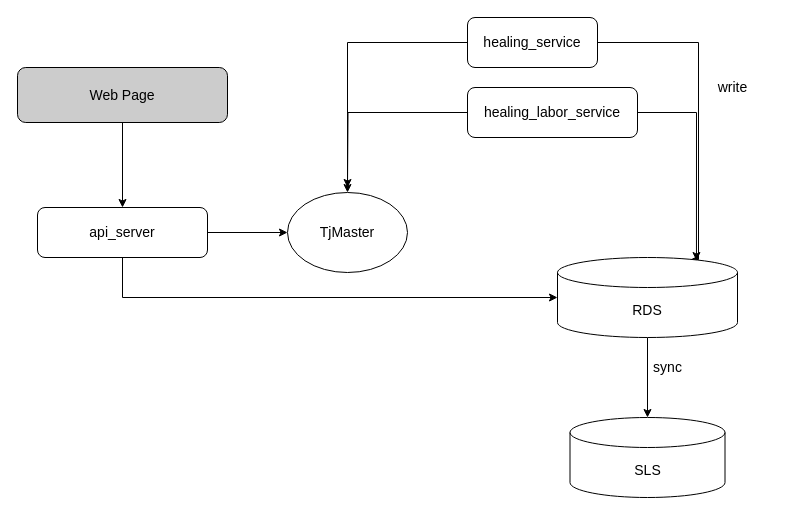
The draw.io diagram 未命名绘图.drawio in HellenWang/12, before the edit. Source tidied: cells renumbered, new cells numbered last; positions are measured from the earlier drawing's top-left corner, leaving out a move shared by most shapes. Both pictures are drawn from the tidied source at 100%, with x=0, y=0 at pixel (17, 17).
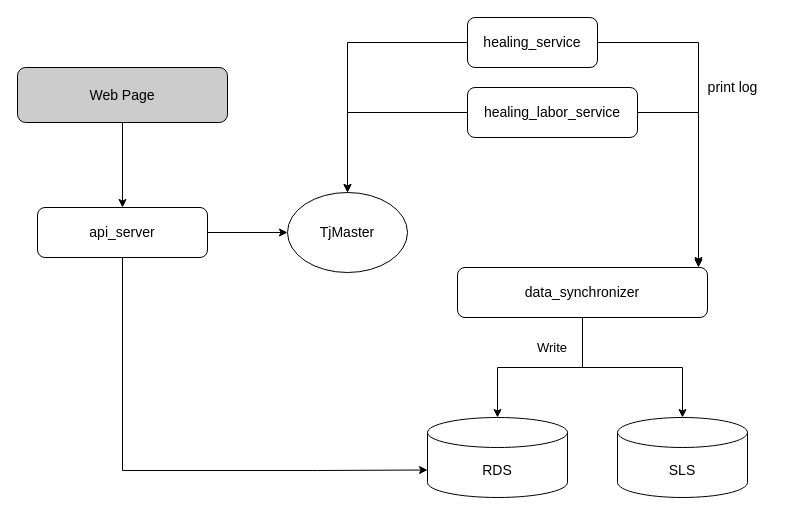
The same diagram, later.

Commit message:
更新未命名绘图.drawio

Unchanged cells that the change refers to:
```xml
<mxCell id="4" value="healing_service" style="rounded=1;whiteSpace=wrap;html=1;fontSize=14;" parent="1" vertex="1">
  <mxGeometry x="450" width="130" height="50" as="geometry" />
</mxCell>
<mxCell id="7" value="healing_labor_service" style="rounded=1;whiteSpace=wrap;html=1;fontSize=14;" parent="1" vertex="1">
  <mxGeometry x="450" y="70" width="170" height="50" as="geometry" />
</mxCell>
<mxCell id="14" value="api_server" style="rounded=1;whiteSpace=wrap;html=1;fontSize=14;" parent="1" vertex="1">
  <mxGeometry x="20" y="190" width="170" height="50" as="geometry" />
</mxCell>
<mxCell id="17" value="TjMaster" style="ellipse;whiteSpace=wrap;html=1;fontSize=14;fillColor=#FFFFFF;" parent="1" vertex="1">
  <mxGeometry x="270" y="175" width="120" height="80" as="geometry" />
</mxCell>
```

The edit, as a diff of the source:
```diff
@@
-    <mxCell id="2" style="edgeStyle=orthogonalEdgeStyle;rounded=0;jettySize=auto;html=1;fontSize=14;exitX=1;exitY=0.5;exitDx=0;exitDy=0;entryX=0.739;entryY=0.025;entryDx=0;entryDy=0;entryPerimeter=0;" parent="1" edge="1" source="4" target="10">
+    <mxCell id="2" style="edgeStyle=orthogonalEdgeStyle;rounded=0;jettySize=auto;html=1;fontSize=14;exitX=1;exitY=0.5;exitDx=0;exitDy=0;entryX=0.964;entryY=-0.04;entryDx=0;entryDy=0;entryPerimeter=0;" parent="1" edge="1" source="4" target="21">
       <mxGeometry relative="1" as="geometry">
         <Array as="points">
           <mxPoint x="681" y="25" />
-          <mxPoint x="681" y="242" />
         </Array>
       </mxGeometry>
     </mxCell>
@@
-    <mxCell id="5" style="edgeStyle=orthogonalEdgeStyle;rounded=0;jettySize=auto;html=1;entryX=0.772;entryY=0.038;entryDx=0;entryDy=0;entryPerimeter=0;fontSize=14;exitX=1;exitY=0.5;exitDx=0;exitDy=0;" parent="1" edge="1" source="7" target="10">
-      <mxGeometry relative="1" as="geometry" />
+    <mxCell id="5" style="edgeStyle=orthogonalEdgeStyle;rounded=0;orthogonalLoop=1;jettySize=auto;html=1;fontSize=14;" parent="1" edge="1">
+      <mxGeometry relative="1" as="geometry">
+        <mxPoint x="620" y="95" as="sourcePoint" />
+        <mxPoint x="681" y="250" as="targetPoint" />
+        <Array as="points">
+          <mxPoint x="681" y="95" />
+        </Array>
+      </mxGeometry>
     </mxCell>
-    <mxCell id="6" style="edgeStyle=orthogonalEdgeStyle;rounded=0;jettySize=auto;html=1;fontSize=14;" parent="1" edge="1" source="7">
-      <mxGeometry relative="1" as="geometry">
-        <mxPoint x="330" y="170" as="targetPoint" />
-      </mxGeometry>
+    <mxCell id="6" style="edgeStyle=orthogonalEdgeStyle;rounded=0;jettySize=auto;html=1;fontSize=14;entryX=0.5;entryY=0;entryDx=0;entryDy=0;" parent="1" edge="1" source="7" target="17">
+      <mxGeometry relative="1" as="geometry" />
     </mxCell>
@@
     <mxCell id="8" value="SLS" style="shape=cylinder3;whiteSpace=wrap;html=1;boundedLbl=1;backgroundOutline=1;size=15;fontSize=14;" parent="1" vertex="1">
-      <mxGeometry x="552.5" y="400" width="155" height="80" as="geometry" />
+      <mxGeometry x="600" y="400" width="130" height="80" as="geometry" />
     </mxCell>
-    <mxCell id="9" style="edgeStyle=orthogonalEdgeStyle;rounded=0;jettySize=auto;html=1;entryX=0.5;entryY=0;entryDx=0;entryDy=0;entryPerimeter=0;fontSize=14;" parent="1" edge="1" source="10" target="8">
-      <mxGeometry relative="1" as="geometry" />
-    </mxCell>
-    <mxCell id="10" value="RDS" style="shape=cylinder3;whiteSpace=wrap;html=1;boundedLbl=1;backgroundOutline=1;size=15;fontSize=14;" parent="1" vertex="1">
-      <mxGeometry x="540" y="240" width="180" height="80" as="geometry" />
-    </mxCell>
-    <mxCell id="11" value="write" style="text;html=1;align=center;verticalAlign=middle;fontSize=14;" parent="1" vertex="1">
-      <mxGeometry x="690" y="60" width="50" height="20" as="geometry" />
+    <mxCell id="11" value="print log" style="text;html=1;align=center;verticalAlign=middle;fontSize=14;" parent="1" vertex="1">
+      <mxGeometry x="680" y="60" width="70" height="20" as="geometry" />
     </mxCell>
+    <mxCell id="13" style="edgeStyle=orthogonalEdgeStyle;rounded=0;jettySize=auto;html=1;entryX=0;entryY=0.5;entryDx=0;entryDy=0;fontSize=14;" parent="1" edge="1" source="14" target="17">
+      <mxGeometry relative="1" as="geometry" />
+    </mxCell>
-    <mxCell id="12" style="edgeStyle=orthogonalEdgeStyle;rounded=0;jettySize=auto;html=1;entryX=0;entryY=0.5;entryDx=0;entryDy=0;entryPerimeter=0;fontSize=14;exitX=0.5;exitY=1;exitDx=0;exitDy=0;" parent="1" edge="1" source="14" target="10">
-      <mxGeometry relative="1" as="geometry" />
+    <mxCell id="12" style="edgeStyle=orthogonalEdgeStyle;rounded=0;jettySize=auto;html=1;entryX=0;entryY=0;entryDx=0;entryDy=52.5;entryPerimeter=0;fontSize=13;" parent="1" edge="1" source="14" target="10">
+      <mxGeometry relative="1" as="geometry">
+        <Array as="points">
+          <mxPoint x="105" y="453" />
+          <mxPoint x="300" y="453" />
+        </Array>
+      </mxGeometry>
     </mxCell>
-    <mxCell id="13" style="edgeStyle=orthogonalEdgeStyle;rounded=0;jettySize=auto;html=1;entryX=0;entryY=0.5;entryDx=0;entryDy=0;fontSize=14;" parent="1" edge="1" source="14" target="17">
-      <mxGeometry relative="1" as="geometry" />
-    </mxCell>
@@
-    <mxCell id="18" value="sync" style="text;html=1;align=center;verticalAlign=middle;fontSize=14;" parent="1" vertex="1">
-      <mxGeometry x="630" y="340" width="40" height="20" as="geometry" />
-    </mxCell>
+    <mxCell id="19" style="edgeStyle=orthogonalEdgeStyle;rounded=0;jettySize=auto;html=1;fontSize=13;" parent="1" edge="1" source="21" target="10">
+      <mxGeometry relative="1" as="geometry" />
+    </mxCell>
+    <mxCell id="20" style="edgeStyle=orthogonalEdgeStyle;rounded=0;jettySize=auto;html=1;fontSize=13;" parent="1" edge="1" source="21" target="8">
+      <mxGeometry relative="1" as="geometry" />
+    </mxCell>
+    <mxCell id="21" value="data_synchronizer" style="rounded=1;whiteSpace=wrap;html=1;fontSize=14;" parent="1" vertex="1">
+      <mxGeometry x="440" y="250" width="250" height="50" as="geometry" />
+    </mxCell>
+    <mxCell id="10" value="RDS" style="shape=cylinder3;whiteSpace=wrap;html=1;boundedLbl=1;backgroundOutline=1;size=15;fontSize=14;" parent="1" vertex="1">
+      <mxGeometry x="410" y="400" width="140" height="80" as="geometry" />
+    </mxCell>
+    <mxCell id="22" value="Write" style="text;html=1;strokeColor=none;fillColor=none;align=center;verticalAlign=middle;whiteSpace=wrap;rounded=0;fontSize=13;" parent="1" vertex="1">
+      <mxGeometry x="515" y="320" width="40" height="20" as="geometry" />
+    </mxCell>
```
